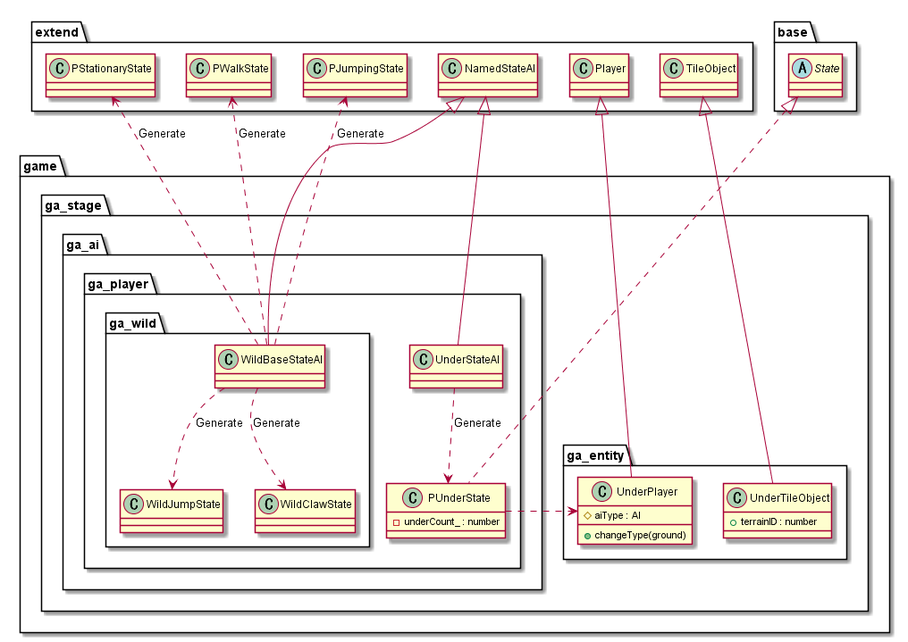
Above: out/uml/entity/Game/EntityGame.png in Expine/Under (PlantUML), before the change.
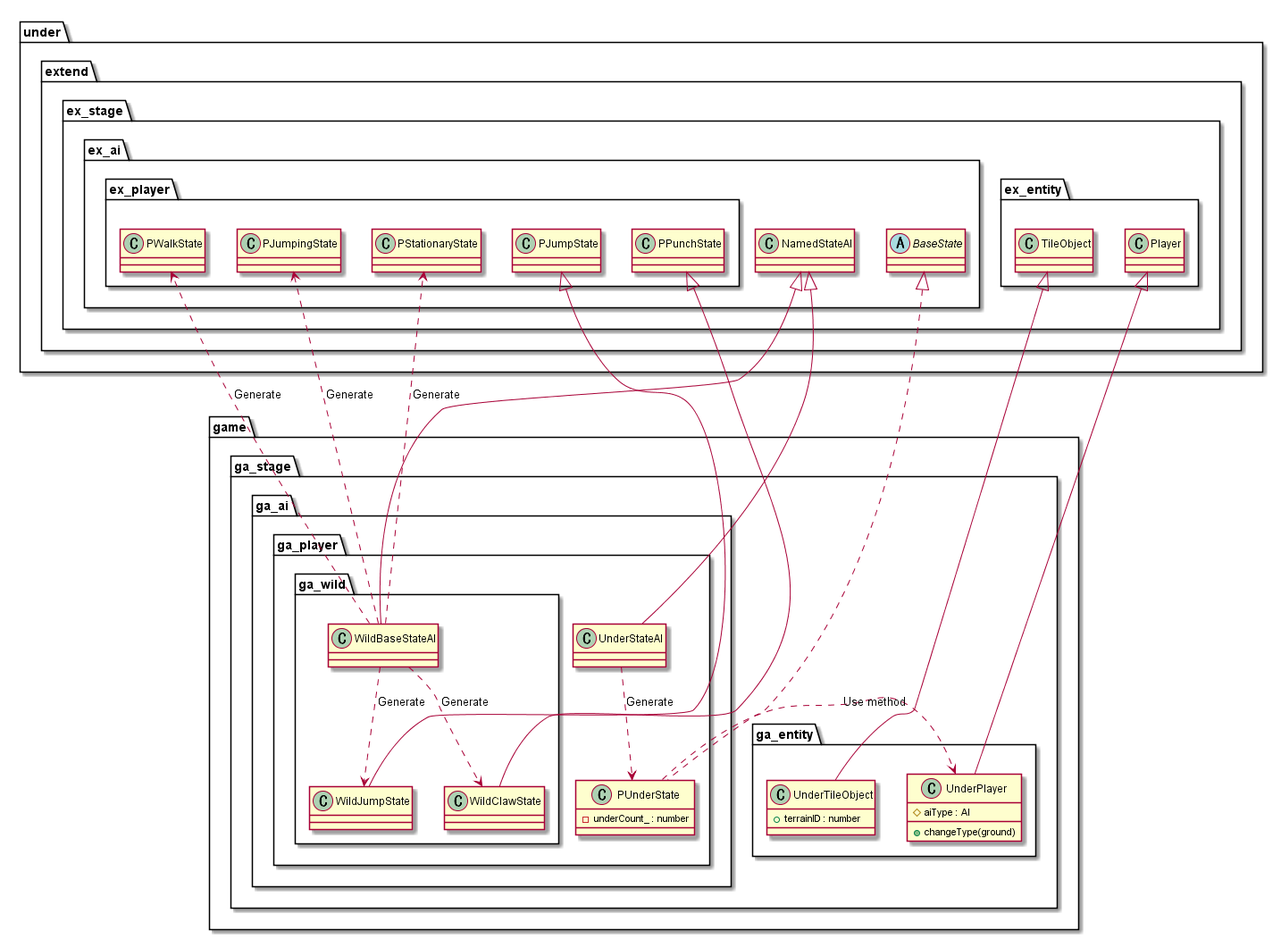
Above is the later version.

What changed in the source:
```diff
@@ -29,17 +29,26 @@
     }
 }
 
-package base {
-    abstract State
-}
-
-package extend {
-    class Player
-    class TileObject
-    class NamedStateAI
-    class PStationaryState
-    class PWalkState
-    class PJumpingState
+package under {
+    package extend {
+        package ex_stage {
+            package ex_entity {
+                class TileObject
+                class Player
+            }
+            package ex_ai {
+                class NamedStateAI
+                abstract BaseState
+                package ex_player {
+                    class PStationaryState
+                    class PWalkState
+                    class PJumpState
+                    class PJumpingState
+                    class PPunchState
+                }
+            }
+        }
+    }
 }
 
 UnderStateAI ..> PUnderState : Generate
@@ -49,13 +58,16 @@
 WildBaseStateAI ..> PJumpingState : Generate
 WildBaseStateAI ..> WildClawState : Generate
 
-PUnderState .> UnderPlayer
+PUnderState .> UnderPlayer : Use method
 
 Player <|--- UnderPlayer
 TileObject <|--- UnderTileObject
 
-State <|... PUnderState
+BaseState <|... PUnderState
 NamedStateAI <|--- UnderStateAI
 NamedStateAI <|--- WildBaseStateAI
 
+PJumpState <|-- WildJumpState
+PPunchState <|-- WildClawState
+
 @enduml
```
